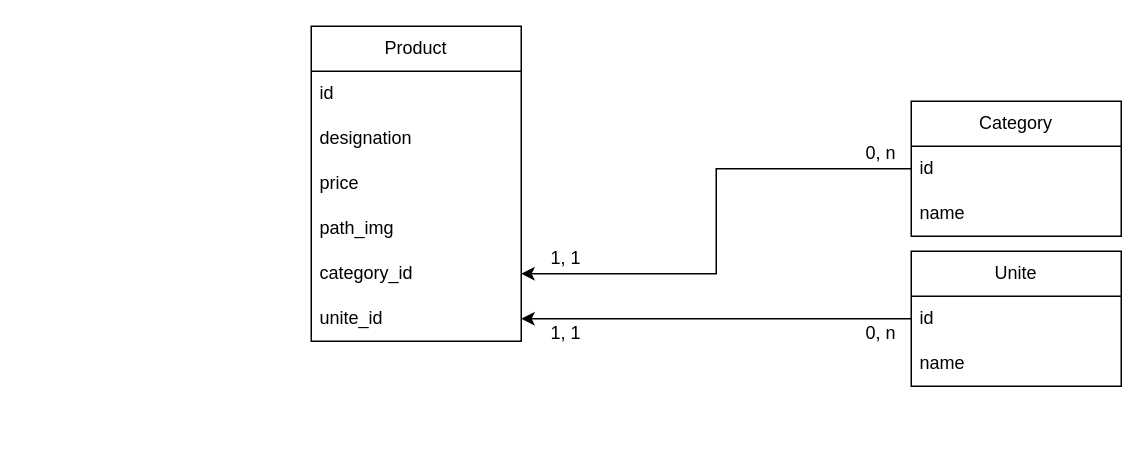
Earlier version of the draw.io diagram modelisation/Gestion Stock.drawio (NyHasintsoa/G-Stock-App). Source tidied: cells renumbered, new cells numbered last; positions are measured from the earlier drawing's top-left corner, leaving out a move shared by most shapes. Both pictures are drawn from the tidied source at 150%, with x=0, y=0 at pixel (310, 26).
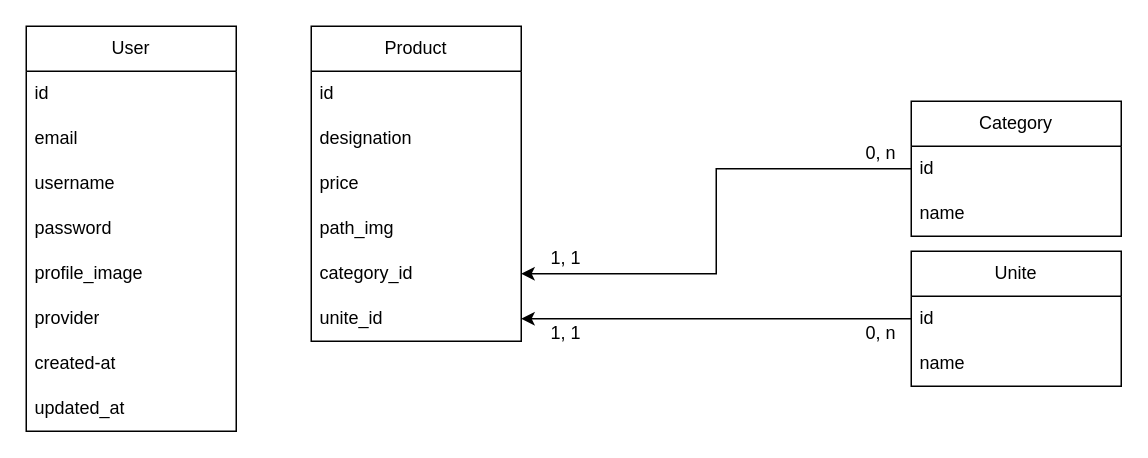
The same diagram, later.

The edit, as a diff of the source:
```diff
@@
+    <mxCell id="21" value="User" style="swimlane;fontStyle=0;horizontal=1;startSize=30;whiteSpace=wrap;html=1;" parent="1" vertex="1">
+      <mxGeometry x="-190" width="140" height="270" as="geometry" />
+    </mxCell>
+    <mxCell id="22" value="id" style="text;strokeColor=none;fillColor=none;align=left;verticalAlign=middle;spacingLeft=4;spacingRight=4;overflow=hidden;whiteSpace=wrap;html=1;" parent="21" vertex="1">
+      <mxGeometry y="30" width="140" height="30" as="geometry" />
+    </mxCell>
+    <mxCell id="23" value="email" style="text;strokeColor=none;fillColor=none;align=left;verticalAlign=middle;spacingLeft=4;spacingRight=4;overflow=hidden;whiteSpace=wrap;html=1;" parent="21" vertex="1">
+      <mxGeometry y="60" width="140" height="30" as="geometry" />
+    </mxCell>
+    <mxCell id="24" value="username" style="text;strokeColor=none;fillColor=none;align=left;verticalAlign=middle;spacingLeft=4;spacingRight=4;overflow=hidden;whiteSpace=wrap;html=1;" parent="21" vertex="1">
+      <mxGeometry y="90" width="140" height="30" as="geometry" />
+    </mxCell>
+    <mxCell id="25" value="password" style="text;strokeColor=none;fillColor=none;align=left;verticalAlign=middle;spacingLeft=4;spacingRight=4;overflow=hidden;whiteSpace=wrap;html=1;" parent="21" vertex="1">
+      <mxGeometry y="120" width="140" height="30" as="geometry" />
+    </mxCell>
+    <mxCell id="26" value="profile_image" style="text;strokeColor=none;fillColor=none;align=left;verticalAlign=middle;spacingLeft=4;spacingRight=4;overflow=hidden;whiteSpace=wrap;html=1;" parent="21" vertex="1">
+      <mxGeometry y="150" width="140" height="30" as="geometry" />
+    </mxCell>
+    <mxCell id="27" value="provider" style="text;strokeColor=none;fillColor=none;align=left;verticalAlign=middle;spacingLeft=4;spacingRight=4;overflow=hidden;whiteSpace=wrap;html=1;" parent="21" vertex="1">
+      <mxGeometry y="180" width="140" height="30" as="geometry" />
+    </mxCell>
+    <mxCell id="28" value="created-at" style="text;strokeColor=none;fillColor=none;align=left;verticalAlign=middle;spacingLeft=4;spacingRight=4;overflow=hidden;whiteSpace=wrap;html=1;" parent="21" vertex="1">
+      <mxGeometry y="210" width="140" height="30" as="geometry" />
+    </mxCell>
+    <mxCell id="29" value="updated_at" style="text;strokeColor=none;fillColor=none;align=left;verticalAlign=middle;spacingLeft=4;spacingRight=4;overflow=hidden;whiteSpace=wrap;html=1;" parent="21" vertex="1">
+      <mxGeometry y="240" width="140" height="30" as="geometry" />
+    </mxCell>
```
